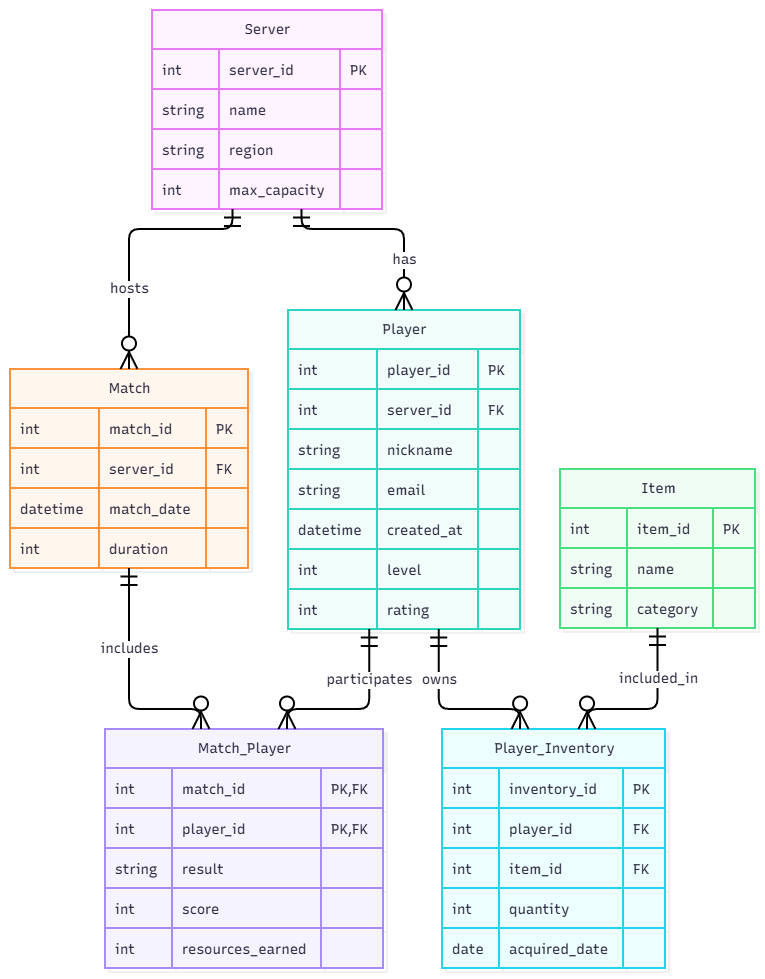
Earlier version of the draw.io export labs/1 - ER Diagram/er_diagram.png (ZheniaTrochun/db-intro-course). Source tidied: cells renumbered, new cells last; positions are measured from the earlier drawing's top-left corner, leaving out a move shared by most shapes.
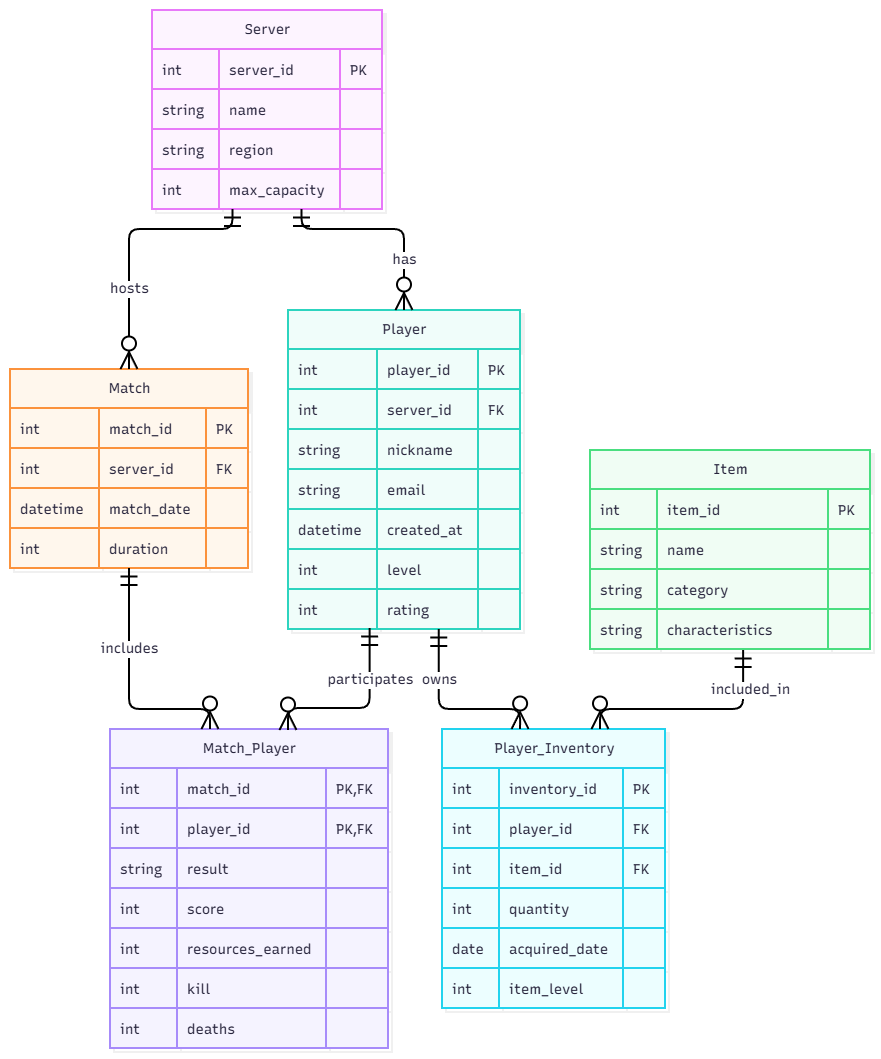
After the commit.

Commit message:
Add assumptions and constraints, update ER diagram and requirements

The edit, as a diff of the source:
```diff
@@ -197,3 +197,3 @@
     <mxCell id="66" value="Player_Inventory" style="shape=table;startSize=39.75;rowLines=1;fontSize=14;fontFamily=Recursive;strokeWidth=2;align=center;html=1;fillColor=#ECFEFF;strokeColor=#22D3EE;fontColor=#28253D;shadow=1;shadowColor=#000000;shadowOffsetX=4;shadowOffsetY=4;shadowBlur=0;shadowOpacity=6;fontSource=https%3A%2F%2Ffonts.googleapis.com%2Fcss%3Ffamily%3DRecursive;" parent="2" vertex="1">
-      <mxGeometry x="782" y="869" width="223" height="239" as="geometry" />
+      <mxGeometry x="782" y="869" width="223" height="279" as="geometry" />
     </mxCell>
@@ -259,43 +259,21 @@
     </mxCell>
-    <mxCell id="87" value="Item" style="shape=table;startSize=39.75;rowLines=1;fontSize=14;fontFamily=Recursive;strokeWidth=2;align=center;html=1;fillColor=#F0FDF4;strokeColor=#4ADE80;fontColor=#28253D;shadow=1;shadowColor=#000000;shadowOffsetX=4;shadowOffsetY=4;shadowBlur=0;shadowOpacity=6;fontSource=https%3A%2F%2Ffonts.googleapis.com%2Fcss%3Ffamily%3DRecursive;" parent="2" vertex="1">
-      <mxGeometry x="900" y="609" width="195" height="159" as="geometry" />
-    </mxCell>
-    <mxCell id="88" style="shape=tableRow;horizontal=0;startSize=0;swimlaneHead=0;swimlaneBody=1;fillColor=#F0FDF4;strokeColor=#4ADE80;strokeWidth=2;top=0;left=0;right=0;bottom=0;" parent="87" vertex="1">
-      <mxGeometry y="39" width="195" height="40" as="geometry" />
-    </mxCell>
-    <mxCell id="89" value="int" style="shape=partialRectangle;fillColor=none;strokeColor=#4ADE80;strokeWidth=2;fontColor=#28253D;fontFamily=Recursive;top=1;left=1;bottom=1;right=1;align=left;spacingLeft=8;overflow=hidden;fontSize=14;fontSource=https%3A%2F%2Ffonts.googleapis.com%2Fcss%3Ffamily%3DRecursive;" parent="88" vertex="1">
-      <mxGeometry width="67" height="40" as="geometry" />
-    </mxCell>
-    <mxCell id="90" value="item_id" style="shape=partialRectangle;fillColor=none;strokeColor=#4ADE80;strokeWidth=2;fontColor=#28253D;fontFamily=Recursive;top=1;left=1;bottom=1;right=1;align=left;spacingLeft=8;overflow=hidden;fontSize=14;fontSource=https%3A%2F%2Ffonts.googleapis.com%2Fcss%3Ffamily%3DRecursive;" parent="88" vertex="1">
-      <mxGeometry x="67" width="86" height="40" as="geometry" />
-    </mxCell>
-    <mxCell id="91" value="PK" style="shape=partialRectangle;fillColor=none;strokeColor=#4ADE80;strokeWidth=2;fontColor=#28253D;fontFamily=Recursive;top=1;left=1;bottom=1;right=1;align=left;spacingLeft=8;overflow=hidden;fontSize=14;fontSource=https%3A%2F%2Ffonts.googleapis.com%2Fcss%3Ffamily%3DRecursive;" parent="88" vertex="1">
-      <mxGeometry x="153" width="42" height="40" as="geometry" />
-    </mxCell>
-    <mxCell id="92" style="shape=tableRow;horizontal=0;startSize=0;swimlaneHead=0;swimlaneBody=1;fillColor=#F0FDF4;strokeColor=#4ADE80;strokeWidth=2;top=0;left=0;right=0;bottom=0;" parent="87" vertex="1">
-      <mxGeometry y="79" width="195" height="40" as="geometry" />
-    </mxCell>
-    <mxCell id="93" value="string" style="shape=partialRectangle;fillColor=none;strokeColor=#4ADE80;strokeWidth=2;fontColor=#28253D;fontFamily=Recursive;top=1;left=1;bottom=1;right=1;align=left;spacingLeft=8;overflow=hidden;fontSize=14;fontSource=https%3A%2F%2Ffonts.googleapis.com%2Fcss%3Ffamily%3DRecursive;" parent="92" vertex="1">
-      <mxGeometry width="67" height="40" as="geometry" />
-    </mxCell>
-    <mxCell id="94" value="name" style="shape=partialRectangle;fillColor=none;strokeColor=#4ADE80;strokeWidth=2;fontColor=#28253D;fontFamily=Recursive;top=1;left=1;bottom=1;right=1;align=left;spacingLeft=8;overflow=hidden;fontSize=14;fontSource=https%3A%2F%2Ffonts.googleapis.com%2Fcss%3Ffamily%3DRecursive;" parent="92" vertex="1">
-      <mxGeometry x="67" width="86" height="40" as="geometry" />
-    </mxCell>
-    <mxCell id="95" style="shape=partialRectangle;fillColor=none;strokeColor=#4ADE80;strokeWidth=2;fontColor=#28253D;fontFamily=Recursive;top=1;left=1;bottom=1;right=1;align=left;spacingLeft=8;overflow=hidden;fontSize=14;fontSource=https%3A%2F%2Ffonts.googleapis.com%2Fcss%3Ffamily%3DRecursive;" parent="92" vertex="1">
-      <mxGeometry x="153" width="42" height="40" as="geometry" />
-    </mxCell>
-    <mxCell id="96" style="shape=tableRow;horizontal=0;startSize=0;swimlaneHead=0;swimlaneBody=1;fillColor=#F0FDF4;strokeColor=#4ADE80;strokeWidth=2;top=0;left=0;right=0;bottom=0;" parent="87" vertex="1">
-      <mxGeometry y="119" width="195" height="40" as="geometry" />
-    </mxCell>
-    <mxCell id="97" value="string" style="shape=partialRectangle;fillColor=none;strokeColor=#4ADE80;strokeWidth=2;fontColor=#28253D;fontFamily=Recursive;top=1;left=1;bottom=1;right=1;align=left;spacingLeft=8;overflow=hidden;fontSize=14;fontSource=https%3A%2F%2Ffonts.googleapis.com%2Fcss%3Ffamily%3DRecursive;" parent="96" vertex="1">
-      <mxGeometry width="67" height="40" as="geometry" />
-    </mxCell>
-    <mxCell id="98" value="category" style="shape=partialRectangle;fillColor=none;strokeColor=#4ADE80;strokeWidth=2;fontColor=#28253D;fontFamily=Recursive;top=1;left=1;bottom=1;right=1;align=left;spacingLeft=8;overflow=hidden;fontSize=14;fontSource=https%3A%2F%2Ffonts.googleapis.com%2Fcss%3Ffamily%3DRecursive;" parent="96" vertex="1">
-      <mxGeometry x="67" width="86" height="40" as="geometry" />
-    </mxCell>
-    <mxCell id="99" style="shape=partialRectangle;fillColor=none;strokeColor=#4ADE80;strokeWidth=2;fontColor=#28253D;fontFamily=Recursive;top=1;left=1;bottom=1;right=1;align=left;spacingLeft=8;overflow=hidden;fontSize=14;fontSource=https%3A%2F%2Ffonts.googleapis.com%2Fcss%3Ffamily%3DRecursive;" parent="96" vertex="1">
-      <mxGeometry x="153" width="42" height="40" as="geometry" />
-    </mxCell>
+    <mxCell id="127" style="shape=tableRow;horizontal=0;startSize=0;swimlaneHead=0;swimlaneBody=1;fillColor=#ECFEFF;strokeColor=#22D3EE;strokeWidth=2;top=0;left=0;right=0;bottom=0;" parent="66" vertex="1">
+      <mxGeometry y="239" width="223" height="40" as="geometry" />
+    </mxCell>
+    <mxCell id="128" value="int" style="shape=partialRectangle;fillColor=none;strokeColor=#22D3EE;strokeWidth=2;fontColor=#28253D;fontFamily=Recursive;top=1;left=1;bottom=1;right=1;align=left;spacingLeft=8;overflow=hidden;fontSize=14;fontSource=https%3A%2F%2Ffonts.googleapis.com%2Fcss%3Ffamily%3DRecursive;" parent="127" vertex="1">
+      <mxGeometry width="57" height="40" as="geometry" />
+    </mxCell>
+    <mxCell id="129" value="item_level" style="shape=partialRectangle;fillColor=none;strokeColor=#22D3EE;strokeWidth=2;fontColor=#28253D;fontFamily=Recursive;top=1;left=1;bottom=1;right=1;align=left;spacingLeft=8;overflow=hidden;fontSize=14;fontSource=https%3A%2F%2Ffonts.googleapis.com%2Fcss%3Ffamily%3DRecursive;" parent="127" vertex="1">
+      <mxGeometry x="57" width="124" height="40" as="geometry" />
+    </mxCell>
+    <mxCell id="130" style="shape=partialRectangle;fillColor=none;strokeColor=#22D3EE;strokeWidth=2;fontColor=#28253D;fontFamily=Recursive;top=1;left=1;bottom=1;right=1;align=left;spacingLeft=8;overflow=hidden;fontSize=14;fontSource=https%3A%2F%2Ffonts.googleapis.com%2Fcss%3Ffamily%3DRecursive;" parent="127" vertex="1">
+      <mxGeometry x="181" width="42" height="40" as="geometry" />
+    </mxCell>
+    <mxCell id="131" style="edgeStyle=none;html=1;exitX=0.5;exitY=0;exitDx=0;exitDy=0;" parent="2" edge="1" source="87">
+      <mxGeometry relative="1" as="geometry">
+        <mxPoint x="1050" y="609" as="targetPoint" />
+      </mxGeometry>
+    </mxCell>
     <mxCell id="100" value="Match_Player" style="shape=table;startSize=39.75;rowLines=1;fontSize=14;fontFamily=Recursive;strokeWidth=2;align=center;html=1;fillColor=#F5F3FF;strokeColor=#A78BFA;fontColor=#28253D;shadow=1;shadowColor=#000000;shadowOffsetX=4;shadowOffsetY=4;shadowBlur=0;shadowOpacity=6;fontSource=https%3A%2F%2Ffonts.googleapis.com%2Fcss%3Ffamily%3DRecursive;" parent="2" vertex="1">
-      <mxGeometry x="445" y="869" width="278" height="239" as="geometry" />
+      <mxGeometry x="450" y="869" width="278" height="319" as="geometry" />
     </mxCell>
@@ -361,2 +339,26 @@
     </mxCell>
+    <mxCell id="132" style="shape=tableRow;horizontal=0;startSize=0;swimlaneHead=0;swimlaneBody=1;fillColor=#F5F3FF;strokeColor=#A78BFA;strokeWidth=2;top=0;left=0;right=0;bottom=0;" parent="100" vertex="1">
+      <mxGeometry y="239" width="278" height="40" as="geometry" />
+    </mxCell>
+    <mxCell id="133" value="int" style="shape=partialRectangle;fillColor=none;strokeColor=#A78BFA;strokeWidth=2;fontColor=#28253D;fontFamily=Recursive;top=1;left=1;bottom=1;right=1;align=left;spacingLeft=8;overflow=hidden;fontSize=14;fontSource=https%3A%2F%2Ffonts.googleapis.com%2Fcss%3Ffamily%3DRecursive;" parent="132" vertex="1">
+      <mxGeometry width="67" height="40" as="geometry" />
+    </mxCell>
+    <mxCell id="134" value="kill" style="shape=partialRectangle;fillColor=none;strokeColor=#A78BFA;strokeWidth=2;fontColor=#28253D;fontFamily=Recursive;top=1;left=1;bottom=1;right=1;align=left;spacingLeft=8;overflow=hidden;fontSize=14;fontSource=https%3A%2F%2Ffonts.googleapis.com%2Fcss%3Ffamily%3DRecursive;" parent="132" vertex="1">
+      <mxGeometry x="67" width="149" height="40" as="geometry" />
+    </mxCell>
+    <mxCell id="135" style="shape=partialRectangle;fillColor=none;strokeColor=#A78BFA;strokeWidth=2;fontColor=#28253D;fontFamily=Recursive;top=1;left=1;bottom=1;right=1;align=left;spacingLeft=8;overflow=hidden;fontSize=14;fontSource=https%3A%2F%2Ffonts.googleapis.com%2Fcss%3Ffamily%3DRecursive;" parent="132" vertex="1">
+      <mxGeometry x="216" width="62" height="40" as="geometry" />
+    </mxCell>
+    <mxCell id="136" style="shape=tableRow;horizontal=0;startSize=0;swimlaneHead=0;swimlaneBody=1;fillColor=#F5F3FF;strokeColor=#A78BFA;strokeWidth=2;top=0;left=0;right=0;bottom=0;" parent="100" vertex="1">
+      <mxGeometry y="279" width="278" height="40" as="geometry" />
+    </mxCell>
+    <mxCell id="137" value="int" style="shape=partialRectangle;fillColor=none;strokeColor=#A78BFA;strokeWidth=2;fontColor=#28253D;fontFamily=Recursive;top=1;left=1;bottom=1;right=1;align=left;spacingLeft=8;overflow=hidden;fontSize=14;fontSource=https%3A%2F%2Ffonts.googleapis.com%2Fcss%3Ffamily%3DRecursive;" parent="136" vertex="1">
+      <mxGeometry width="67" height="40" as="geometry" />
+    </mxCell>
+    <mxCell id="138" value="deaths" style="shape=partialRectangle;fillColor=none;strokeColor=#A78BFA;strokeWidth=2;fontColor=#28253D;fontFamily=Recursive;top=1;left=1;bottom=1;right=1;align=left;spacingLeft=8;overflow=hidden;fontSize=14;fontSource=https%3A%2F%2Ffonts.googleapis.com%2Fcss%3Ffamily%3DRecursive;" parent="136" vertex="1">
+      <mxGeometry x="67" width="149" height="40" as="geometry" />
+    </mxCell>
+    <mxCell id="139" style="shape=partialRectangle;fillColor=none;strokeColor=#A78BFA;strokeWidth=2;fontColor=#28253D;fontFamily=Recursive;top=1;left=1;bottom=1;right=1;align=left;spacingLeft=8;overflow=hidden;fontSize=14;fontSource=https%3A%2F%2Ffonts.googleapis.com%2Fcss%3Ffamily%3DRecursive;" parent="136" vertex="1">
+      <mxGeometry x="216" width="62" height="40" as="geometry" />
+    </mxCell>
     <mxCell id="121" value="has" style="edgeStyle=orthogonalEdgeStyle;rounded=1;curved=0;startArrow=ERmandOne;startSize=14;endArrow=ERzeroToMany;endSize=14;jumpStyle=arc;jumpSize=12;strokeColor=#000000;strokeWidth=2;html=1;fontSize=14;labelBackgroundColor=#FFFFFF;fontFamily=Recursive;fontColor=#28253D;exitX=0.65;exitY=1;entryX=0.5;entryY=0;fontSource=https%3A%2F%2Ffonts.googleapis.com%2Fcss%3Ffamily%3DRecursive;" parent="2" edge="1" source="3" target="20">
@@ -385,7 +387,9 @@
     </mxCell>
-    <mxCell id="124" value="included_in" style="edgeStyle=orthogonalEdgeStyle;rounded=1;curved=0;startArrow=ERmandOne;startSize=14;endArrow=ERzeroToMany;endSize=14;jumpStyle=arc;jumpSize=12;strokeColor=#000000;strokeWidth=2;html=1;fontSize=14;labelBackgroundColor=#FFFFFF;fontFamily=Recursive;fontColor=#28253D;exitX=0.5;exitY=1;entryX=0.65;entryY=0;fontSource=https%3A%2F%2Ffonts.googleapis.com%2Fcss%3Ffamily%3DRecursive;" parent="2" edge="1" source="87" target="66">
-      <mxGeometry x="-0.41" relative="1" as="geometry">
+    <mxCell id="124" value="included_in" style="edgeStyle=orthogonalEdgeStyle;rounded=1;curved=0;startArrow=ERmandOne;startSize=14;endArrow=ERzeroToMany;endSize=14;jumpStyle=arc;jumpSize=12;strokeColor=#000000;strokeWidth=2;html=1;fontSize=14;labelBackgroundColor=#FFFFFF;fontFamily=Recursive;fontColor=#28253D;entryX=0.65;entryY=0;fontSource=https%3A%2F%2Ffonts.googleapis.com%2Fcss%3Ffamily%3DRecursive;" parent="2" edge="1">
+      <mxGeometry x="-0.64" y="7" relative="1" as="geometry">
+        <mxPoint x="1083.1" y="790" as="sourcePoint" />
+        <mxPoint x="940" y="869" as="targetPoint" />
         <Array as="points">
-          <mxPoint x="998" y="849" />
-          <mxPoint x="927" y="849" />
+          <mxPoint x="1083.1" y="849" />
+          <mxPoint x="940" y="849" />
         </Array>
@@ -393,7 +397,9 @@
     </mxCell>
-    <mxCell id="125" value="participates" style="edgeStyle=orthogonalEdgeStyle;rounded=1;curved=0;startArrow=ERmandOne;startSize=14;endArrow=ERzeroToMany;endSize=14;jumpStyle=arc;jumpSize=12;strokeColor=#000000;strokeWidth=2;html=1;fontSize=14;labelBackgroundColor=#FFFFFF;fontFamily=Recursive;fontColor=#28253D;exitX=0.35;exitY=1;entryX=0.65;entryY=0;fontSource=https%3A%2F%2Ffonts.googleapis.com%2Fcss%3Ffamily%3DRecursive;" parent="2" edge="1" source="20" target="100">
-      <mxGeometry x="-0.45" relative="1" as="geometry">
+    <mxCell id="125" value="participates" style="edgeStyle=orthogonalEdgeStyle;rounded=1;curved=0;startArrow=ERmandOne;startSize=14;endArrow=ERzeroToMany;endSize=14;jumpStyle=arc;jumpSize=12;strokeColor=#000000;strokeWidth=2;html=1;fontSize=14;labelBackgroundColor=#FFFFFF;fontFamily=Recursive;fontColor=#28253D;exitX=0.35;exitY=1;fontSource=https%3A%2F%2Ffonts.googleapis.com%2Fcss%3Ffamily%3DRecursive;" parent="2" edge="1">
+      <mxGeometry x="-0.43" relative="1" as="geometry">
+        <mxPoint x="709.6" y="768" as="sourcePoint" />
+        <mxPoint x="628" y="870" as="targetPoint" />
         <Array as="points">
-          <mxPoint x="709" y="849" />
-          <mxPoint x="627" y="849" />
+          <mxPoint x="709.6" y="848" />
+          <mxPoint x="628" y="848" />
         </Array>
@@ -401,7 +407,7 @@
     </mxCell>
-    <mxCell id="126" value="includes" style="edgeStyle=orthogonalEdgeStyle;rounded=1;curved=0;startArrow=ERmandOne;startSize=14;endArrow=ERzeroToMany;endSize=14;jumpStyle=arc;jumpSize=12;strokeColor=#000000;strokeWidth=2;html=1;fontSize=14;labelBackgroundColor=#FFFFFF;fontFamily=Recursive;fontColor=#28253D;exitX=0.5;exitY=1;entryX=0.34;entryY=0;fontSource=https%3A%2F%2Ffonts.googleapis.com%2Fcss%3Ffamily%3DRecursive;" parent="2" edge="1" source="49" target="100">
-      <mxGeometry x="-0.31" relative="1" as="geometry">
+    <mxCell id="126" value="includes" style="edgeStyle=orthogonalEdgeStyle;rounded=1;curved=0;startArrow=ERmandOne;startSize=14;endArrow=ERzeroToMany;endSize=14;jumpStyle=arc;jumpSize=12;strokeColor=#000000;strokeWidth=2;html=1;fontSize=14;labelBackgroundColor=#FFFFFF;fontFamily=Recursive;fontColor=#28253D;exitX=0.5;exitY=1;fontSource=https%3A%2F%2Ffonts.googleapis.com%2Fcss%3Ffamily%3DRecursive;" parent="2" edge="1" source="49" target="100">
+      <mxGeometry x="-0.33" relative="1" as="geometry">
         <Array as="points">
           <mxPoint x="469" y="849" />
-          <mxPoint x="541" y="849" />
+          <mxPoint x="550" y="849" />
         </Array>
@@ -409,2 +415,53 @@
     </mxCell>
+    <mxCell id="87" value="Item" style="shape=table;startSize=39.75;rowLines=1;fontSize=14;fontFamily=Recursive;strokeWidth=2;align=center;html=1;fillColor=#F0FDF4;strokeColor=#4ADE80;fontColor=#28253D;shadow=1;shadowColor=#000000;shadowOffsetX=4;shadowOffsetY=4;shadowBlur=0;shadowOpacity=6;fontSource=https%3A%2F%2Ffonts.googleapis.com%2Fcss%3Ffamily%3DRecursive;" parent="2" vertex="1">
+      <mxGeometry x="930" y="590" width="280" height="199" as="geometry" />
+    </mxCell>
+    <mxCell id="88" style="shape=tableRow;horizontal=0;startSize=0;swimlaneHead=0;swimlaneBody=1;fillColor=#F0FDF4;strokeColor=#4ADE80;strokeWidth=2;top=0;left=0;right=0;bottom=0;" parent="87" vertex="1">
+      <mxGeometry y="39" width="280" height="40" as="geometry" />
+    </mxCell>
+    <mxCell id="89" value="int" style="shape=partialRectangle;fillColor=none;strokeColor=#4ADE80;strokeWidth=2;fontColor=#28253D;fontFamily=Recursive;top=1;left=1;bottom=1;right=1;align=left;spacingLeft=8;overflow=hidden;fontSize=14;fontSource=https%3A%2F%2Ffonts.googleapis.com%2Fcss%3Ffamily%3DRecursive;" parent="88" vertex="1">
+      <mxGeometry width="67" height="40" as="geometry" />
+    </mxCell>
+    <mxCell id="90" value="item_id" style="shape=partialRectangle;fillColor=none;strokeColor=#4ADE80;strokeWidth=2;fontColor=#28253D;fontFamily=Recursive;top=1;left=1;bottom=1;right=1;align=left;spacingLeft=8;overflow=hidden;fontSize=14;fontSource=https%3A%2F%2Ffonts.googleapis.com%2Fcss%3Ffamily%3DRecursive;" parent="88" vertex="1">
+      <mxGeometry x="67" width="171" height="40" as="geometry" />
+    </mxCell>
+    <mxCell id="91" value="PK" style="shape=partialRectangle;fillColor=none;strokeColor=#4ADE80;strokeWidth=2;fontColor=#28253D;fontFamily=Recursive;top=1;left=1;bottom=1;right=1;align=left;spacingLeft=8;overflow=hidden;fontSize=14;fontSource=https%3A%2F%2Ffonts.googleapis.com%2Fcss%3Ffamily%3DRecursive;" parent="88" vertex="1">
+      <mxGeometry x="238" width="42" height="40" as="geometry" />
+    </mxCell>
+    <mxCell id="92" style="shape=tableRow;horizontal=0;startSize=0;swimlaneHead=0;swimlaneBody=1;fillColor=#F0FDF4;strokeColor=#4ADE80;strokeWidth=2;top=0;left=0;right=0;bottom=0;" parent="87" vertex="1">
+      <mxGeometry y="79" width="280" height="40" as="geometry" />
+    </mxCell>
+    <mxCell id="93" value="string" style="shape=partialRectangle;fillColor=none;strokeColor=#4ADE80;strokeWidth=2;fontColor=#28253D;fontFamily=Recursive;top=1;left=1;bottom=1;right=1;align=left;spacingLeft=8;overflow=hidden;fontSize=14;fontSource=https%3A%2F%2Ffonts.googleapis.com%2Fcss%3Ffamily%3DRecursive;" parent="92" vertex="1">
+      <mxGeometry width="67" height="40" as="geometry" />
+    </mxCell>
+    <mxCell id="94" value="name" style="shape=partialRectangle;fillColor=none;strokeColor=#4ADE80;strokeWidth=2;fontColor=#28253D;fontFamily=Recursive;top=1;left=1;bottom=1;right=1;align=left;spacingLeft=8;overflow=hidden;fontSize=14;fontSource=https%3A%2F%2Ffonts.googleapis.com%2Fcss%3Ffamily%3DRecursive;" parent="92" vertex="1">
+      <mxGeometry x="67" width="171" height="40" as="geometry" />
+    </mxCell>
+    <mxCell id="95" style="shape=partialRectangle;fillColor=none;strokeColor=#4ADE80;strokeWidth=2;fontColor=#28253D;fontFamily=Recursive;top=1;left=1;bottom=1;right=1;align=left;spacingLeft=8;overflow=hidden;fontSize=14;fontSource=https%3A%2F%2Ffonts.googleapis.com%2Fcss%3Ffamily%3DRecursive;" parent="92" vertex="1">
+      <mxGeometry x="238" width="42" height="40" as="geometry" />
+    </mxCell>
+    <mxCell id="96" style="shape=tableRow;horizontal=0;startSize=0;swimlaneHead=0;swimlaneBody=1;fillColor=#F0FDF4;strokeColor=#4ADE80;strokeWidth=2;top=0;left=0;right=0;bottom=0;" parent="87" vertex="1">
+      <mxGeometry y="119" width="280" height="40" as="geometry" />
+    </mxCell>
+    <mxCell id="97" value="string" style="shape=partialRectangle;fillColor=none;strokeColor=#4ADE80;strokeWidth=2;fontColor=#28253D;fontFamily=Recursive;top=1;left=1;bottom=1;right=1;align=left;spacingLeft=8;overflow=hidden;fontSize=14;fontSource=https%3A%2F%2Ffonts.googleapis.com%2Fcss%3Ffamily%3DRecursive;" parent="96" vertex="1">
+      <mxGeometry width="67" height="40" as="geometry" />
+    </mxCell>
+    <mxCell id="98" value="category" style="shape=partialRectangle;fillColor=none;strokeColor=#4ADE80;strokeWidth=2;fontColor=#28253D;fontFamily=Recursive;top=1;left=1;bottom=1;right=1;align=left;spacingLeft=8;overflow=hidden;fontSize=14;fontSource=https%3A%2F%2Ffonts.googleapis.com%2Fcss%3Ffamily%3DRecursive;" parent="96" vertex="1">
+      <mxGeometry x="67" width="171" height="40" as="geometry" />
+    </mxCell>
+    <mxCell id="99" style="shape=partialRectangle;fillColor=none;strokeColor=#4ADE80;strokeWidth=2;fontColor=#28253D;fontFamily=Recursive;top=1;left=1;bottom=1;right=1;align=left;spacingLeft=8;overflow=hidden;fontSize=14;fontSource=https%3A%2F%2Ffonts.googleapis.com%2Fcss%3Ffamily%3DRecursive;" parent="96" vertex="1">
+      <mxGeometry x="238" width="42" height="40" as="geometry" />
+    </mxCell>
+    <mxCell id="140" style="shape=tableRow;horizontal=0;startSize=0;swimlaneHead=0;swimlaneBody=1;fillColor=#F0FDF4;strokeColor=#4ADE80;strokeWidth=2;top=0;left=0;right=0;bottom=0;" parent="87" vertex="1">
+      <mxGeometry y="159" width="280" height="40" as="geometry" />
+    </mxCell>
+    <mxCell id="141" value="string" style="shape=partialRectangle;fillColor=none;strokeColor=#4ADE80;strokeWidth=2;fontColor=#28253D;fontFamily=Recursive;top=1;left=1;bottom=1;right=1;align=left;spacingLeft=8;overflow=hidden;fontSize=14;fontSource=https%3A%2F%2Ffonts.googleapis.com%2Fcss%3Ffamily%3DRecursive;" parent="140" vertex="1">
+      <mxGeometry width="67" height="40" as="geometry" />
+    </mxCell>
+    <mxCell id="142" value="characteristics" style="shape=partialRectangle;fillColor=none;strokeColor=#4ADE80;strokeWidth=2;fontColor=#28253D;fontFamily=Recursive;top=1;left=1;bottom=1;right=1;align=left;spacingLeft=8;overflow=hidden;fontSize=14;fontSource=https%3A%2F%2Ffonts.googleapis.com%2Fcss%3Ffamily%3DRecursive;" parent="140" vertex="1">
+      <mxGeometry x="67" width="171" height="40" as="geometry" />
+    </mxCell>
+    <mxCell id="143" style="shape=partialRectangle;fillColor=none;strokeColor=#4ADE80;strokeWidth=2;fontColor=#28253D;fontFamily=Recursive;top=1;left=1;bottom=1;right=1;align=left;spacingLeft=8;overflow=hidden;fontSize=14;fontSource=https%3A%2F%2Ffonts.googleapis.com%2Fcss%3Ffamily%3DRecursive;" parent="140" vertex="1">
+      <mxGeometry x="238" width="42" height="40" as="geometry" />
+    </mxCell>
   </root>
```
